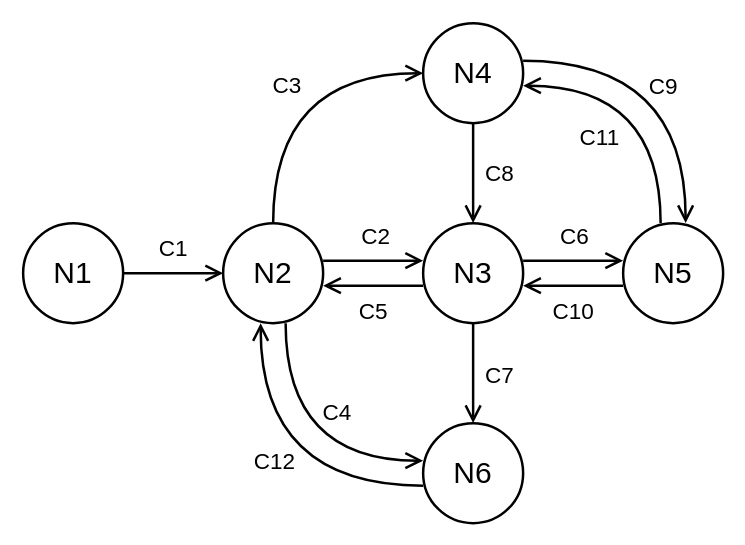
Earlier version of the draw.io diagram diagrams/diagram_scene_graph.drawio (kndratova/vkr_kndratova). Source tidied: cells renumbered, new cells numbered last; positions are measured from the earlier drawing's top-left corner, leaving out a move shared by most shapes. Both pictures are drawn from the tidied source at 125%, with x=0, y=0 at pixel (22, 22).
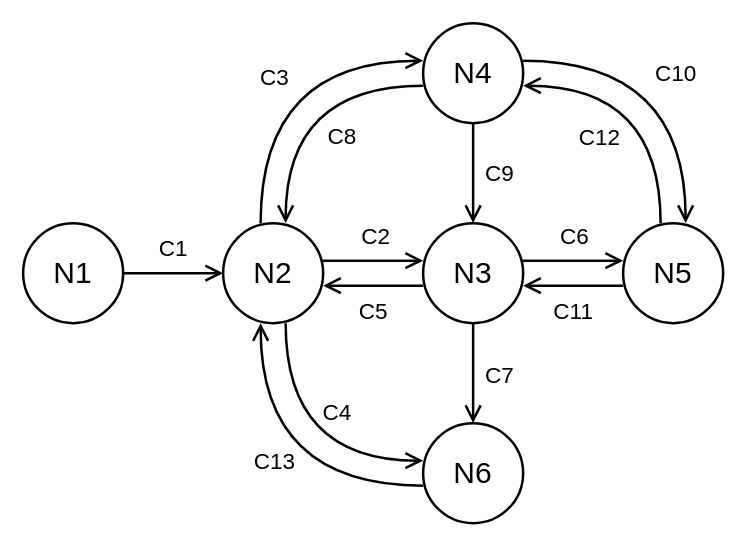
Above is the later version.

Commit message (it also covers changes not shown here):
2 part upd, draft, scene graph update

The change refers to these unchanged cells:
```xml
<mxCell id="8" value="&lt;font style=&quot;font-size: 24px;&quot;&gt;N2&lt;/font&gt;" style="ellipse;whiteSpace=wrap;html=1;strokeWidth=2;" parent="1" vertex="1">
  <mxGeometry x="160" y="160" width="80" height="80" as="geometry" />
</mxCell>
<mxCell id="16" style="edgeStyle=none;shape=connector;rounded=0;jettySize=auto;html=1;exitX=0;exitY=0.625;exitDx=0;exitDy=0;entryX=0.375;entryY=1;entryDx=0;entryDy=0;strokeColor=default;strokeWidth=2;align=center;verticalAlign=middle;fontFamily=Helvetica;fontSize=11;fontColor=default;labelBackgroundColor=default;endArrow=open;endFill=0;endSize=10;entryPerimeter=0;exitPerimeter=0;curved=1;" parent="1" edge="1" source="18" target="8">
  <mxGeometry relative="1" as="geometry">
    <Array as="points">
      <mxPoint x="190" y="370" />
    </Array>
  </mxGeometry>
</mxCell>
<mxCell id="19" style="edgeStyle=none;shape=connector;rounded=0;jettySize=auto;html=1;exitX=0.375;exitY=0;exitDx=0;exitDy=0;entryX=1;entryY=0.625;entryDx=0;entryDy=0;strokeColor=default;strokeWidth=2;align=center;verticalAlign=middle;fontFamily=Helvetica;fontSize=11;fontColor=default;labelBackgroundColor=default;endArrow=open;endFill=0;endSize=10;entryPerimeter=0;exitPerimeter=0;curved=1;" parent="1" edge="1" source="23" target="28">
  <mxGeometry relative="1" as="geometry">
    <Array as="points">
      <mxPoint x="510" y="50" />
    </Array>
  </mxGeometry>
</mxCell>
<mxCell id="21" style="edgeStyle=none;shape=connector;rounded=0;jettySize=auto;html=1;exitX=0;exitY=0.625;exitDx=0;exitDy=0;strokeColor=default;strokeWidth=2;align=center;verticalAlign=middle;fontFamily=Helvetica;fontSize=11;fontColor=default;labelBackgroundColor=default;endArrow=open;endFill=0;endSize=10;exitPerimeter=0;entryX=1;entryY=0.625;entryDx=0;entryDy=0;entryPerimeter=0;" parent="1" edge="1" source="23" target="15">
  <mxGeometry relative="1" as="geometry" />
</mxCell>
<mxCell id="24" style="edgeStyle=none;shape=connector;rounded=0;jettySize=auto;html=1;exitX=0.5;exitY=1;exitDx=0;exitDy=0;entryX=0.5;entryY=0;entryDx=0;entryDy=0;strokeColor=default;strokeWidth=2;align=center;verticalAlign=middle;fontFamily=Helvetica;fontSize=11;fontColor=default;labelBackgroundColor=default;endArrow=open;endFill=0;endSize=10;" parent="1" edge="1" source="28" target="15">
  <mxGeometry relative="1" as="geometry" />
</mxCell>
<mxCell id="26" style="edgeStyle=none;shape=connector;rounded=0;jettySize=auto;html=1;exitX=1;exitY=0.375;exitDx=0;exitDy=0;entryX=0.625;entryY=0;entryDx=0;entryDy=0;strokeColor=default;strokeWidth=2;align=center;verticalAlign=middle;fontFamily=Helvetica;fontSize=11;fontColor=default;labelBackgroundColor=default;endArrow=open;endFill=0;endSize=10;exitPerimeter=0;entryPerimeter=0;curved=1;" parent="1" edge="1" source="28" target="23">
  <mxGeometry relative="1" as="geometry">
    <Array as="points">
      <mxPoint x="530" y="30" />
    </Array>
  </mxGeometry>
</mxCell>
<mxCell id="28" value="&lt;font style=&quot;font-size: 24px;&quot;&gt;N4&lt;/font&gt;" style="ellipse;whiteSpace=wrap;html=1;strokeWidth=2;" parent="1" vertex="1">
  <mxGeometry x="320" width="80" height="80" as="geometry" />
</mxCell>
```

The edit, as a diff of the source:
```diff
@@
-    <mxCell id="6" style="edgeStyle=none;shape=connector;rounded=0;jettySize=auto;html=1;exitX=0.5;exitY=0;exitDx=0;exitDy=0;entryX=0;entryY=0.5;entryDx=0;entryDy=0;strokeColor=default;strokeWidth=2;align=center;verticalAlign=middle;fontFamily=Helvetica;fontSize=11;fontColor=default;labelBackgroundColor=default;endArrow=open;endFill=0;endSize=10;curved=1;" parent="1" edge="1" source="8" target="28">
+    <mxCell id="6" style="edgeStyle=none;shape=connector;rounded=0;jettySize=auto;html=1;exitX=0.375;exitY=0;exitDx=0;exitDy=0;entryX=0;entryY=0.375;entryDx=0;entryDy=0;strokeColor=default;strokeWidth=2;align=center;verticalAlign=middle;fontFamily=Helvetica;fontSize=11;fontColor=default;labelBackgroundColor=default;endArrow=open;endFill=0;endSize=10;curved=1;exitPerimeter=0;entryPerimeter=0;" parent="1" edge="1" source="8" target="28">
       <mxGeometry relative="1" as="geometry">
         <Array as="points">
-          <mxPoint x="200" y="40" />
+          <mxPoint x="190" y="30" />
         </Array>
       </mxGeometry>
     </mxCell>
@@
-    <mxCell id="17" value="C12" style="edgeLabel;html=1;align=center;verticalAlign=middle;fontFamily=Helvetica;fontSize=18;fontColor=default;labelBackgroundColor=none;spacing=0;fillColor=none;gradientColor=none;" parent="16" vertex="1">
+    <mxCell id="17" value="C13" style="edgeLabel;html=1;align=center;verticalAlign=middle;fontFamily=Helvetica;fontSize=18;fontColor=default;labelBackgroundColor=none;spacing=0;fillColor=none;gradientColor=none;" parent="16" vertex="1">
       <mxGeometry x="-0.26" y="-27" relative="1" as="geometry">
         <mxPoint x="-24" y="7" as="offset" />
       </mxGeometry>
     </mxCell>
@@
-    <mxCell id="20" value="C11" style="edgeLabel;html=1;align=center;verticalAlign=middle;fontFamily=Helvetica;fontSize=18;fontColor=default;labelBackgroundColor=none;spacing=0;fillColor=none;gradientColor=none;" parent="19" vertex="1">
+    <mxCell id="20" value="C12" style="edgeLabel;html=1;align=center;verticalAlign=middle;fontFamily=Helvetica;fontSize=18;fontColor=default;labelBackgroundColor=none;spacing=0;fillColor=none;gradientColor=none;" parent="19" vertex="1">
       <mxGeometry x="-0.29" y="29" relative="1" as="geometry">
         <mxPoint x="-21" y="9" as="offset" />
       </mxGeometry>
     </mxCell>
@@
-    <mxCell id="22" value="C10" style="edgeLabel;html=1;align=center;verticalAlign=middle;fontFamily=Helvetica;fontSize=18;fontColor=default;labelBackgroundColor=none;spacing=0;fillColor=none;gradientColor=none;" parent="21" vertex="1">
+    <mxCell id="22" value="C11" style="edgeLabel;html=1;align=center;verticalAlign=middle;fontFamily=Helvetica;fontSize=18;fontColor=default;labelBackgroundColor=none;spacing=0;fillColor=none;gradientColor=none;" parent="21" vertex="1">
       <mxGeometry x="-0.06" y="2" relative="1" as="geometry">
         <mxPoint x="-3" y="18" as="offset" />
       </mxGeometry>
     </mxCell>
@@
-    <mxCell id="25" value="C8" style="edgeLabel;html=1;align=center;verticalAlign=middle;fontFamily=Helvetica;fontSize=18;fontColor=default;labelBackgroundColor=none;spacing=0;fillColor=none;gradientColor=none;" parent="24" vertex="1">
+    <mxCell id="25" value="C9" style="edgeLabel;html=1;align=center;verticalAlign=middle;fontFamily=Helvetica;fontSize=18;fontColor=default;labelBackgroundColor=none;spacing=0;fillColor=none;gradientColor=none;" parent="24" vertex="1">
       <mxGeometry x="-0.31" y="-3" relative="1" as="geometry">
         <mxPoint x="23" y="12" as="offset" />
       </mxGeometry>
     </mxCell>
@@
-    <mxCell id="27" value="C9" style="edgeLabel;html=1;align=center;verticalAlign=middle;fontFamily=Helvetica;fontSize=18;fontColor=default;labelBackgroundColor=none;spacing=0;fillColor=none;gradientColor=none;" parent="26" vertex="1">
+    <mxCell id="27" value="C10" style="edgeLabel;html=1;align=center;verticalAlign=middle;fontFamily=Helvetica;fontSize=18;fontColor=default;labelBackgroundColor=none;spacing=0;fillColor=none;gradientColor=none;" parent="26" vertex="1">
       <mxGeometry x="-0.28" y="-22" relative="1" as="geometry">
-        <mxPoint x="17" y="-2" as="offset" />
+        <mxPoint x="27" y="-12" as="offset" />
       </mxGeometry>
     </mxCell>
+    <mxCell id="32" style="edgeStyle=none;shape=connector;curved=1;rounded=0;orthogonalLoop=1;jettySize=auto;html=1;strokeColor=default;strokeWidth=2;align=center;verticalAlign=middle;fontFamily=Helvetica;fontSize=11;fontColor=default;labelBackgroundColor=default;endArrow=open;endFill=0;endSize=10;" parent="1" edge="1">
+      <mxGeometry relative="1" as="geometry">
+        <mxPoint x="320" y="50" as="sourcePoint" />
+        <mxPoint x="210" y="160" as="targetPoint" />
+        <Array as="points">
+          <mxPoint x="210" y="50" />
+        </Array>
+      </mxGeometry>
+    </mxCell>
@@
+    <mxCell id="33" value="C8" style="edgeLabel;html=1;align=center;verticalAlign=middle;fontFamily=Helvetica;fontSize=18;fontColor=default;labelBackgroundColor=none;spacing=0;fillColor=none;gradientColor=none;" parent="1" vertex="1">
+      <mxGeometry x="254" y="90" as="geometry" />
+    </mxCell>
```
